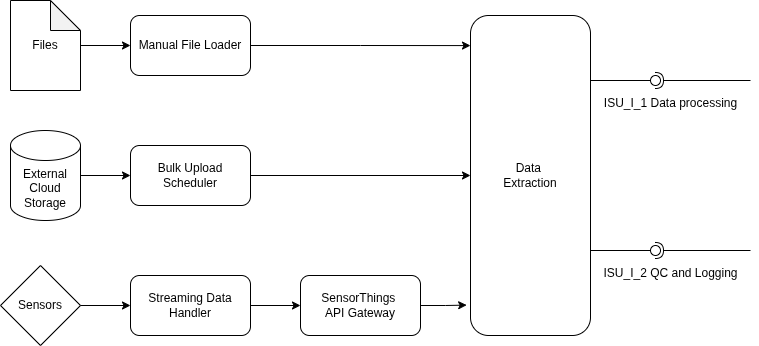
GAIA-TSF/GAIA-TSF-System keeps this draw.io diagram as images/isu_subsystem.png. Above is the earlier version. Source tidied: cells renumbered, new cells last; positions are measured from the earlier drawing's top-left corner, leaving out a move shared by most shapes. Its diagram source:
```xml
<mxGraphModel>
  <root>
    <mxCell id="0" />
    <mxCell id="1" parent="0" />
    <mxCell id="2" style="edgeStyle=orthogonalEdgeStyle;rounded=0;jettySize=auto;html=1;entryX=0;entryY=0.5;entryDx=0;entryDy=0;" parent="1" edge="1" source="3" target="4">
      <mxGeometry relative="1" as="geometry" />
    </mxCell>
    <mxCell id="3" value="Files" style="shape=note;whiteSpace=wrap;html=1;backgroundOutline=1;darkOpacity=0.05;" parent="1" vertex="1">
      <mxGeometry x="10" width="70" height="90" as="geometry" />
    </mxCell>
    <mxCell id="4" value="Manual File Loader" style="rounded=1;whiteSpace=wrap;html=1;" parent="1" vertex="1">
      <mxGeometry x="130" y="15" width="120" height="60" as="geometry" />
    </mxCell>
    <mxCell id="5" style="edgeStyle=orthogonalEdgeStyle;rounded=0;jettySize=auto;html=1;exitX=1;exitY=0.5;exitDx=0;exitDy=0;exitPerimeter=0;" parent="1" edge="1" source="6" target="8">
      <mxGeometry relative="1" as="geometry" />
    </mxCell>
    <mxCell id="6" value="External&lt;div&gt;Cloud&lt;br&gt;&lt;div&gt;Storage&lt;/div&gt;&lt;/div&gt;" style="shape=cylinder3;whiteSpace=wrap;html=1;boundedLbl=1;backgroundOutline=1;size=15;" parent="1" vertex="1">
      <mxGeometry x="10" y="130" width="70" height="90" as="geometry" />
    </mxCell>
    <mxCell id="7" style="edgeStyle=orthogonalEdgeStyle;rounded=0;jettySize=auto;html=1;exitX=1;exitY=0.5;exitDx=0;exitDy=0;entryX=0;entryY=0.5;entryDx=0;entryDy=0;" parent="1" edge="1" source="8" target="13">
      <mxGeometry relative="1" as="geometry" />
    </mxCell>
    <mxCell id="8" value="Bulk Upload&lt;div&gt;Scheduler&lt;/div&gt;" style="rounded=1;whiteSpace=wrap;html=1;" parent="1" vertex="1">
      <mxGeometry x="130" y="145" width="120" height="60" as="geometry" />
    </mxCell>
    <mxCell id="9" style="edgeStyle=orthogonalEdgeStyle;rounded=0;jettySize=auto;html=1;entryX=0;entryY=0.5;entryDx=0;entryDy=0;" parent="1" edge="1" source="10" target="12">
      <mxGeometry relative="1" as="geometry" />
    </mxCell>
    <mxCell id="10" value="Sensors" style="rhombus;whiteSpace=wrap;html=1;" parent="1" vertex="1">
      <mxGeometry y="265" width="80" height="80" as="geometry" />
    </mxCell>
    <mxCell id="11" style="edgeStyle=orthogonalEdgeStyle;rounded=0;jettySize=auto;html=1;exitX=1;exitY=0.5;exitDx=0;exitDy=0;entryX=0;entryY=0.5;entryDx=0;entryDy=0;" parent="1" edge="1" source="12" target="15">
      <mxGeometry relative="1" as="geometry" />
    </mxCell>
    <mxCell id="12" value="Streaming Data Handler" style="rounded=1;whiteSpace=wrap;html=1;" parent="1" vertex="1">
      <mxGeometry x="130" y="275" width="120" height="60" as="geometry" />
    </mxCell>
    <mxCell id="13" value="Data&amp;nbsp;&lt;div&gt;Extraction&lt;/div&gt;" style="rounded=1;whiteSpace=wrap;html=1;" parent="1" vertex="1">
      <mxGeometry x="470" y="15" width="120" height="320" as="geometry" />
    </mxCell>
    <mxCell id="14" style="edgeStyle=orthogonalEdgeStyle;rounded=0;jettySize=auto;html=1;exitX=1;exitY=0.5;exitDx=0;exitDy=0;entryX=0;entryY=0.094;entryDx=0;entryDy=0;entryPerimeter=0;" parent="1" edge="1" source="4" target="13">
      <mxGeometry relative="1" as="geometry" />
    </mxCell>
    <mxCell id="15" value="SensorThings&amp;nbsp;&lt;div&gt;API Gateway&lt;/div&gt;" style="rounded=1;whiteSpace=wrap;html=1;" parent="1" vertex="1">
      <mxGeometry x="300" y="275" width="120" height="60" as="geometry" />
    </mxCell>
    <mxCell id="16" style="edgeStyle=orthogonalEdgeStyle;rounded=0;jettySize=auto;html=1;entryX=-0.032;entryY=0.905;entryDx=0;entryDy=0;entryPerimeter=0;" parent="1" edge="1" source="15" target="13">
      <mxGeometry relative="1" as="geometry" />
    </mxCell>
    <mxCell id="17" style="group;" parent="1" vertex="1">
      <mxGeometry x="590" y="75" width="160" height="10" as="geometry" />
    </mxCell>
    <mxCell id="18" style="rounded=0;jettySize=auto;html=1;endArrow=halfCircle;endFill=0;endSize=6;strokeWidth=1;sketch=0;" parent="17" edge="1" target="20">
      <mxGeometry relative="1" as="geometry">
        <mxPoint x="160" y="5" as="sourcePoint" />
      </mxGeometry>
    </mxCell>
    <mxCell id="19" style="rounded=0;jettySize=auto;html=1;endArrow=oval;endFill=0;sketch=0;sourcePerimeterSpacing=0;targetPerimeterSpacing=0;endSize=10;" parent="17" edge="1" target="20">
      <mxGeometry relative="1" as="geometry">
        <mxPoint y="5" as="sourcePoint" />
      </mxGeometry>
    </mxCell>
    <mxCell id="20" style="ellipse;whiteSpace=wrap;html=1;align=center;fillColor=none;strokeColor=none;perimeter=centerPerimeter;points=[];outlineConnect=1;" parent="17" vertex="1">
      <mxGeometry x="60" width="10" height="10" as="geometry" />
    </mxCell>
    <mxCell id="21" value="&lt;span style=&quot;font-weight: normal;&quot;&gt;ISU_I_1 Data processing&lt;/span&gt;" style="text;align=center;fontStyle=1;verticalAlign=middle;spacingLeft=3;spacingRight=3;strokeColor=none;html=1;" parent="1" vertex="1">
      <mxGeometry x="630" y="90" width="80" height="26" as="geometry" />
    </mxCell>
    <mxCell id="22" style="group;" parent="1" vertex="1">
      <mxGeometry x="590" y="245" width="160" height="10" as="geometry" />
    </mxCell>
    <mxCell id="23" style="rounded=0;jettySize=auto;html=1;endArrow=halfCircle;endFill=0;endSize=6;strokeWidth=1;sketch=0;" parent="22" edge="1" target="25">
      <mxGeometry relative="1" as="geometry">
        <mxPoint x="160" y="5" as="sourcePoint" />
      </mxGeometry>
    </mxCell>
    <mxCell id="24" style="rounded=0;jettySize=auto;html=1;endArrow=oval;endFill=0;sketch=0;sourcePerimeterSpacing=0;targetPerimeterSpacing=0;endSize=10;" parent="22" edge="1" target="25">
      <mxGeometry relative="1" as="geometry">
        <mxPoint y="5" as="sourcePoint" />
      </mxGeometry>
    </mxCell>
    <mxCell id="25" style="ellipse;whiteSpace=wrap;html=1;align=center;fillColor=none;strokeColor=none;perimeter=centerPerimeter;points=[];outlineConnect=1;" parent="22" vertex="1">
      <mxGeometry x="60" width="10" height="10" as="geometry" />
    </mxCell>
    <mxCell id="26" value="&lt;span style=&quot;font-weight: normal;&quot;&gt;ISU_I_2 QC and Logging&lt;/span&gt;" style="text;align=center;fontStyle=1;verticalAlign=middle;spacingLeft=3;spacingRight=3;strokeColor=none;html=1;" parent="1" vertex="1">
      <mxGeometry x="630" y="260" width="80" height="26" as="geometry" />
    </mxCell>
  </root>
</mxGraphModel>
```
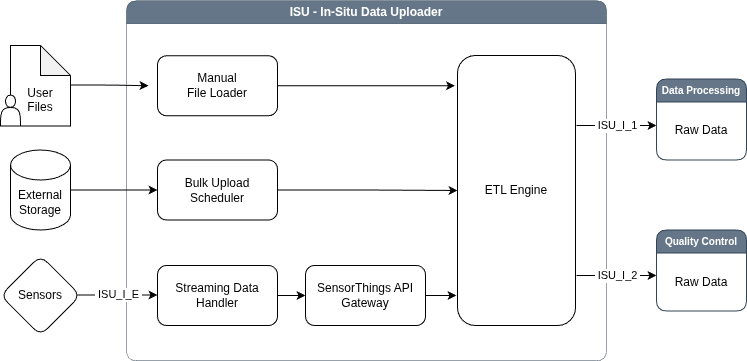
Later version of the same file.

What changed in the source:
```diff
@@ -2,88 +2,111 @@
   <root>
     <mxCell id="0" />
     <mxCell id="1" parent="0" />
-    <mxCell id="2" style="edgeStyle=orthogonalEdgeStyle;rounded=0;jettySize=auto;html=1;entryX=0;entryY=0.5;entryDx=0;entryDy=0;" parent="1" edge="1" source="3" target="4">
-      <mxGeometry relative="1" as="geometry" />
-    </mxCell>
-    <mxCell id="3" value="Files" style="shape=note;whiteSpace=wrap;html=1;backgroundOutline=1;darkOpacity=0.05;" parent="1" vertex="1">
-      <mxGeometry x="10" width="70" height="90" as="geometry" />
-    </mxCell>
+    <mxCell id="27" value="ISU -&amp;nbsp;In-Situ Data Uploader" style="swimlane;whiteSpace=wrap;html=1;rounded=1;strokeColor=#314354;fillColor=#647687;swimlaneFillColor=none;shadow=0;fixDash=0;strokeWidth=0.5;perimeterSpacing=0;fillStyle=auto;fontColor=#ffffff;" parent="1" vertex="1">
+      <mxGeometry x="110" y="-19.8" width="480" height="360" as="geometry" />
+    </mxCell>
+    <mxCell id="28" style="endArrow=classic;html=1;rounded=1;" parent="27" edge="1">
+      <mxGeometry relative="1" as="geometry">
+        <mxPoint x="450" y="124.8" as="sourcePoint" />
+        <mxPoint x="530" y="124.8" as="targetPoint" />
+      </mxGeometry>
+    </mxCell>
+    <mxCell id="29" value="Label" style="edgeLabel;html=1;align=center;verticalAlign=middle;rounded=1;" parent="28" vertex="1">
+      <mxGeometry relative="1" as="geometry" />
+    </mxCell>
+    <mxCell id="30" value="&amp;nbsp;ISU_I_1&amp;nbsp;" style="edgeLabel;html=1;align=center;verticalAlign=middle;rounded=1;" parent="28" vertex="1">
+      <mxGeometry y="1" relative="1" as="geometry" />
+    </mxCell>
+    <mxCell id="31" value="External Storage" style="shape=cylinder3;whiteSpace=wrap;html=1;boundedLbl=1;backgroundOutline=1;size=15;rounded=1;" parent="1" vertex="1">
+      <mxGeometry x="-6" y="129.5" width="60" height="80" as="geometry" />
+    </mxCell>
-    <mxCell id="4" value="Manual File Loader" style="rounded=1;whiteSpace=wrap;html=1;" parent="1" vertex="1">
-      <mxGeometry x="130" y="15" width="120" height="60" as="geometry" />
+    <mxCell id="4" value="Manual&lt;div&gt;File&amp;nbsp;&lt;span style=&quot;background-color: transparent; color: light-dark(rgb(0, 0, 0), rgb(255, 255, 255));&quot;&gt;Loader&lt;/span&gt;&lt;/div&gt;" style="rounded=1;whiteSpace=wrap;html=1;" parent="1" vertex="1">
+      <mxGeometry x="141" y="35.2" width="120" height="60" as="geometry" />
     </mxCell>
-    <mxCell id="5" style="edgeStyle=orthogonalEdgeStyle;rounded=0;jettySize=auto;html=1;exitX=1;exitY=0.5;exitDx=0;exitDy=0;exitPerimeter=0;" parent="1" edge="1" source="6" target="8">
-      <mxGeometry relative="1" as="geometry" />
-    </mxCell>
-    <mxCell id="6" value="External&lt;div&gt;Cloud&lt;br&gt;&lt;div&gt;Storage&lt;/div&gt;&lt;/div&gt;" style="shape=cylinder3;whiteSpace=wrap;html=1;boundedLbl=1;backgroundOutline=1;size=15;" parent="1" vertex="1">
-      <mxGeometry x="10" y="130" width="70" height="90" as="geometry" />
-    </mxCell>
-    <mxCell id="7" style="edgeStyle=orthogonalEdgeStyle;rounded=0;jettySize=auto;html=1;exitX=1;exitY=0.5;exitDx=0;exitDy=0;entryX=0;entryY=0.5;entryDx=0;entryDy=0;" parent="1" edge="1" source="8" target="13">
-      <mxGeometry relative="1" as="geometry" />
-    </mxCell>
+    <mxCell id="32" style="edgeStyle=orthogonalEdgeStyle;rounded=0;jettySize=auto;html=1;exitX=1;exitY=0.5;exitDx=0;exitDy=0;entryX=0;entryY=0.5;entryDx=0;entryDy=0;" parent="1" edge="1" source="8" target="34">
+      <mxGeometry relative="1" as="geometry" />
+    </mxCell>
-    <mxCell id="8" value="Bulk Upload&lt;div&gt;Scheduler&lt;/div&gt;" style="rounded=1;whiteSpace=wrap;html=1;" parent="1" vertex="1">
-      <mxGeometry x="130" y="145" width="120" height="60" as="geometry" />
+    <mxCell id="8" value="Bulk Upload Scheduler" style="rounded=1;whiteSpace=wrap;html=1;" parent="1" vertex="1">
+      <mxGeometry x="141" y="139.5" width="120" height="60" as="geometry" />
     </mxCell>
-    <mxCell id="9" style="edgeStyle=orthogonalEdgeStyle;rounded=0;jettySize=auto;html=1;entryX=0;entryY=0.5;entryDx=0;entryDy=0;" parent="1" edge="1" source="10" target="12">
-      <mxGeometry relative="1" as="geometry" />
-    </mxCell>
-    <mxCell id="10" value="Sensors" style="rhombus;whiteSpace=wrap;html=1;" parent="1" vertex="1">
-      <mxGeometry y="265" width="80" height="80" as="geometry" />
+    <mxCell id="10" value="Sensors" style="rhombus;whiteSpace=wrap;html=1;rounded=1;" parent="1" vertex="1">
+      <mxGeometry x="-16" y="235" width="80" height="80" as="geometry" />
     </mxCell>
-    <mxCell id="11" style="edgeStyle=orthogonalEdgeStyle;rounded=0;jettySize=auto;html=1;exitX=1;exitY=0.5;exitDx=0;exitDy=0;entryX=0;entryY=0.5;entryDx=0;entryDy=0;" parent="1" edge="1" source="12" target="15">
+    <mxCell id="11" style="edgeStyle=orthogonalEdgeStyle;rounded=1;jettySize=auto;html=1;exitX=1;exitY=0.5;exitDx=0;exitDy=0;entryX=0;entryY=0.5;entryDx=0;entryDy=0;" parent="1" edge="1" source="12" target="15">
       <mxGeometry relative="1" as="geometry" />
     </mxCell>
     <mxCell id="12" value="Streaming Data Handler" style="rounded=1;whiteSpace=wrap;html=1;" parent="1" vertex="1">
-      <mxGeometry x="130" y="275" width="120" height="60" as="geometry" />
+      <mxGeometry x="141" y="245" width="120" height="60" as="geometry" />
     </mxCell>
-    <mxCell id="13" value="Data&amp;nbsp;&lt;div&gt;Extraction&lt;/div&gt;" style="rounded=1;whiteSpace=wrap;html=1;" parent="1" vertex="1">
-      <mxGeometry x="470" y="15" width="120" height="320" as="geometry" />
-    </mxCell>
-    <mxCell id="14" style="edgeStyle=orthogonalEdgeStyle;rounded=0;jettySize=auto;html=1;exitX=1;exitY=0.5;exitDx=0;exitDy=0;entryX=0;entryY=0.094;entryDx=0;entryDy=0;entryPerimeter=0;" parent="1" edge="1" source="4" target="13">
-      <mxGeometry relative="1" as="geometry" />
-    </mxCell>
+    <mxCell id="33" style="edgeStyle=orthogonalEdgeStyle;rounded=0;jettySize=auto;html=1;exitX=1;exitY=0.5;exitDx=0;exitDy=0;" parent="1" edge="1" source="15">
+      <mxGeometry relative="1" as="geometry">
+        <mxPoint x="440" y="275" as="targetPoint" />
+      </mxGeometry>
+    </mxCell>
-    <mxCell id="15" value="SensorThings&amp;nbsp;&lt;div&gt;API Gateway&lt;/div&gt;" style="rounded=1;whiteSpace=wrap;html=1;" parent="1" vertex="1">
-      <mxGeometry x="300" y="275" width="120" height="60" as="geometry" />
+    <mxCell id="15" value="SensorThings API Gateway" style="rounded=1;whiteSpace=wrap;html=1;" parent="1" vertex="1">
+      <mxGeometry x="289" y="245" width="120" height="60" as="geometry" />
     </mxCell>
-    <mxCell id="16" style="edgeStyle=orthogonalEdgeStyle;rounded=0;jettySize=auto;html=1;entryX=-0.032;entryY=0.905;entryDx=0;entryDy=0;entryPerimeter=0;" parent="1" edge="1" source="15" target="13">
-      <mxGeometry relative="1" as="geometry" />
-    </mxCell>
-    <mxCell id="17" style="group;" parent="1" vertex="1">
-      <mxGeometry x="590" y="75" width="160" height="10" as="geometry" />
-    </mxCell>
-    <mxCell id="18" style="rounded=0;jettySize=auto;html=1;endArrow=halfCircle;endFill=0;endSize=6;strokeWidth=1;sketch=0;" parent="17" edge="1" target="20">
-      <mxGeometry relative="1" as="geometry">
-        <mxPoint x="160" y="5" as="sourcePoint" />
-      </mxGeometry>
-    </mxCell>
-    <mxCell id="19" style="rounded=0;jettySize=auto;html=1;endArrow=oval;endFill=0;sketch=0;sourcePerimeterSpacing=0;targetPerimeterSpacing=0;endSize=10;" parent="17" edge="1" target="20">
-      <mxGeometry relative="1" as="geometry">
-        <mxPoint y="5" as="sourcePoint" />
-      </mxGeometry>
-    </mxCell>
-    <mxCell id="20" style="ellipse;whiteSpace=wrap;html=1;align=center;fillColor=none;strokeColor=none;perimeter=centerPerimeter;points=[];outlineConnect=1;" parent="17" vertex="1">
-      <mxGeometry x="60" width="10" height="10" as="geometry" />
-    </mxCell>
-    <mxCell id="21" value="&lt;span style=&quot;font-weight: normal;&quot;&gt;ISU_I_1 Data processing&lt;/span&gt;" style="text;align=center;fontStyle=1;verticalAlign=middle;spacingLeft=3;spacingRight=3;strokeColor=none;html=1;" parent="1" vertex="1">
-      <mxGeometry x="630" y="90" width="80" height="26" as="geometry" />
-    </mxCell>
-    <mxCell id="22" style="group;" parent="1" vertex="1">
-      <mxGeometry x="590" y="245" width="160" height="10" as="geometry" />
-    </mxCell>
-    <mxCell id="23" style="rounded=0;jettySize=auto;html=1;endArrow=halfCircle;endFill=0;endSize=6;strokeWidth=1;sketch=0;" parent="22" edge="1" target="25">
-      <mxGeometry relative="1" as="geometry">
-        <mxPoint x="160" y="5" as="sourcePoint" />
-      </mxGeometry>
-    </mxCell>
-    <mxCell id="24" style="rounded=0;jettySize=auto;html=1;endArrow=oval;endFill=0;sketch=0;sourcePerimeterSpacing=0;targetPerimeterSpacing=0;endSize=10;" parent="22" edge="1" target="25">
-      <mxGeometry relative="1" as="geometry">
-        <mxPoint y="5" as="sourcePoint" />
-      </mxGeometry>
-    </mxCell>
-    <mxCell id="25" style="ellipse;whiteSpace=wrap;html=1;align=center;fillColor=none;strokeColor=none;perimeter=centerPerimeter;points=[];outlineConnect=1;" parent="22" vertex="1">
-      <mxGeometry x="60" width="10" height="10" as="geometry" />
-    </mxCell>
-    <mxCell id="26" value="&lt;span style=&quot;font-weight: normal;&quot;&gt;ISU_I_2 QC and Logging&lt;/span&gt;" style="text;align=center;fontStyle=1;verticalAlign=middle;spacingLeft=3;spacingRight=3;strokeColor=none;html=1;" parent="1" vertex="1">
-      <mxGeometry x="630" y="260" width="80" height="26" as="geometry" />
-    </mxCell>
+    <mxCell id="34" value="ETL Engine" style="rounded=1;whiteSpace=wrap;html=1;" parent="1" vertex="1">
+      <mxGeometry x="441" y="35" width="118" height="270" as="geometry" />
+    </mxCell>
+    <mxCell id="35" style="edgeStyle=orthogonalEdgeStyle;rounded=1;orthogonalLoop=1;jettySize=auto;html=1;exitX=0.5;exitY=1;exitDx=0;exitDy=0;" parent="1" edge="1" source="34" target="34">
+      <mxGeometry relative="1" as="geometry" />
+    </mxCell>
+    <mxCell id="36" style="edgeStyle=orthogonalEdgeStyle;rounded=1;jettySize=auto;html=1;exitX=0.987;exitY=0.491;exitDx=0;exitDy=0;exitPerimeter=0;entryX=0;entryY=0.5;entryDx=0;entryDy=0;" parent="1" edge="1" source="37">
+      <mxGeometry relative="1" as="geometry">
+        <mxPoint x="132" y="65.2" as="targetPoint" />
+      </mxGeometry>
+    </mxCell>
+    <mxCell id="37" value="&lt;div&gt;&lt;br&gt;&lt;/div&gt;&lt;div&gt;&lt;br&gt;&lt;/div&gt;User&lt;div&gt;Files&lt;/div&gt;" style="shape=note;whiteSpace=wrap;html=1;backgroundOutline=1;darkOpacity=0.05;rounded=1;" parent="1" vertex="1">
+      <mxGeometry x="-6" y="25" width="60" height="80.5" as="geometry" />
+    </mxCell>
+    <mxCell id="38" style="edgeStyle=orthogonalEdgeStyle;rounded=1;jettySize=auto;html=1;exitX=1;exitY=0.5;exitDx=0;exitDy=0;exitPerimeter=0;entryX=0;entryY=0.5;entryDx=0;entryDy=0;" parent="1" edge="1" source="31" target="8">
+      <mxGeometry relative="1" as="geometry" />
+    </mxCell>
+    <mxCell id="39" style="ellipse;whiteSpace=wrap;html=1;align=center;fillColor=none;strokeColor=none;perimeter=centerPerimeter;rounded=1;" parent="1" vertex="1">
+      <mxGeometry x="660" y="164" width="10" height="10" as="geometry" />
+    </mxCell>
+    <mxCell id="40" style="edgeStyle=orthogonalEdgeStyle;rounded=1;jettySize=auto;html=1;exitX=1;exitY=0.5;exitDx=0;exitDy=0;entryX=-0.021;entryY=0.112;entryDx=0;entryDy=0;entryPerimeter=0;" parent="1" edge="1" source="4" target="34">
+      <mxGeometry relative="1" as="geometry" />
+    </mxCell>
+    <mxCell id="41" value="&lt;font style=&quot;font-size: 10px;&quot;&gt;Data Processing&lt;/font&gt;" style="swimlane;whiteSpace=wrap;html=1;rounded=1;fillColor=#647687;fontColor=#ffffff;strokeColor=#314354;" parent="1" vertex="1">
+      <mxGeometry x="640" y="58.5" width="90" height="81" as="geometry" />
+    </mxCell>
+    <mxCell id="42" value="&lt;font style=&quot;font-size: 10px;&quot;&gt;Quality Control&lt;/font&gt;" style="swimlane;whiteSpace=wrap;html=1;rounded=1;fillColor=#647687;fontColor=#ffffff;strokeColor=#314354;" parent="1" vertex="1">
+      <mxGeometry x="640" y="209.5" width="90" height="81" as="geometry" />
+    </mxCell>
+    <mxCell id="43" value="Raw Data" style="text;html=1;whiteSpace=wrap;strokeColor=none;fillColor=none;align=center;verticalAlign=middle;rounded=0;" parent="42" vertex="1">
+      <mxGeometry x="15" y="37.5" width="60" height="30" as="geometry" />
+    </mxCell>
+    <mxCell id="44" style="endArrow=classic;html=1;rounded=1;" parent="1" edge="1">
+      <mxGeometry relative="1" as="geometry">
+        <mxPoint x="560" y="255" as="sourcePoint" />
+        <mxPoint x="640" y="255" as="targetPoint" />
+      </mxGeometry>
+    </mxCell>
+    <mxCell id="45" value="Label" style="edgeLabel;html=1;align=center;verticalAlign=middle;rounded=1;" parent="44" vertex="1">
+      <mxGeometry relative="1" as="geometry" />
+    </mxCell>
+    <mxCell id="46" value="&amp;nbsp;ISU_I_2&amp;nbsp;" style="edgeLabel;html=1;align=center;verticalAlign=middle;rounded=1;" parent="44" vertex="1">
+      <mxGeometry y="1" relative="1" as="geometry" />
+    </mxCell>
+    <mxCell id="47" style="shape=actor;whiteSpace=wrap;html=1;rounded=1;" parent="1" vertex="1">
+      <mxGeometry x="-16" y="74.5" width="20" height="31" as="geometry" />
+    </mxCell>
+    <mxCell id="48" style="endArrow=classic;html=1;rounded=1;" parent="1" edge="1">
+      <mxGeometry relative="1" as="geometry">
+        <mxPoint x="61" y="274.5" as="sourcePoint" />
+        <mxPoint x="141" y="274.5" as="targetPoint" />
+      </mxGeometry>
+    </mxCell>
+    <mxCell id="49" value="Label" style="edgeLabel;html=1;align=center;verticalAlign=middle;rounded=1;" parent="48" vertex="1">
+      <mxGeometry relative="1" as="geometry" />
+    </mxCell>
+    <mxCell id="50" value="&amp;nbsp;ISU_I_E&amp;nbsp;" style="edgeLabel;html=1;align=center;verticalAlign=middle;rounded=1;" parent="48" vertex="1">
+      <mxGeometry y="1" relative="1" as="geometry" />
+    </mxCell>
+    <mxCell id="51" value="Raw Data" style="text;html=1;whiteSpace=wrap;strokeColor=none;fillColor=none;align=center;verticalAlign=middle;rounded=0;" parent="1" vertex="1">
+      <mxGeometry x="655" y="95" width="60" height="30" as="geometry" />
+    </mxCell>
   </root>
 </mxGraphModel>
```
